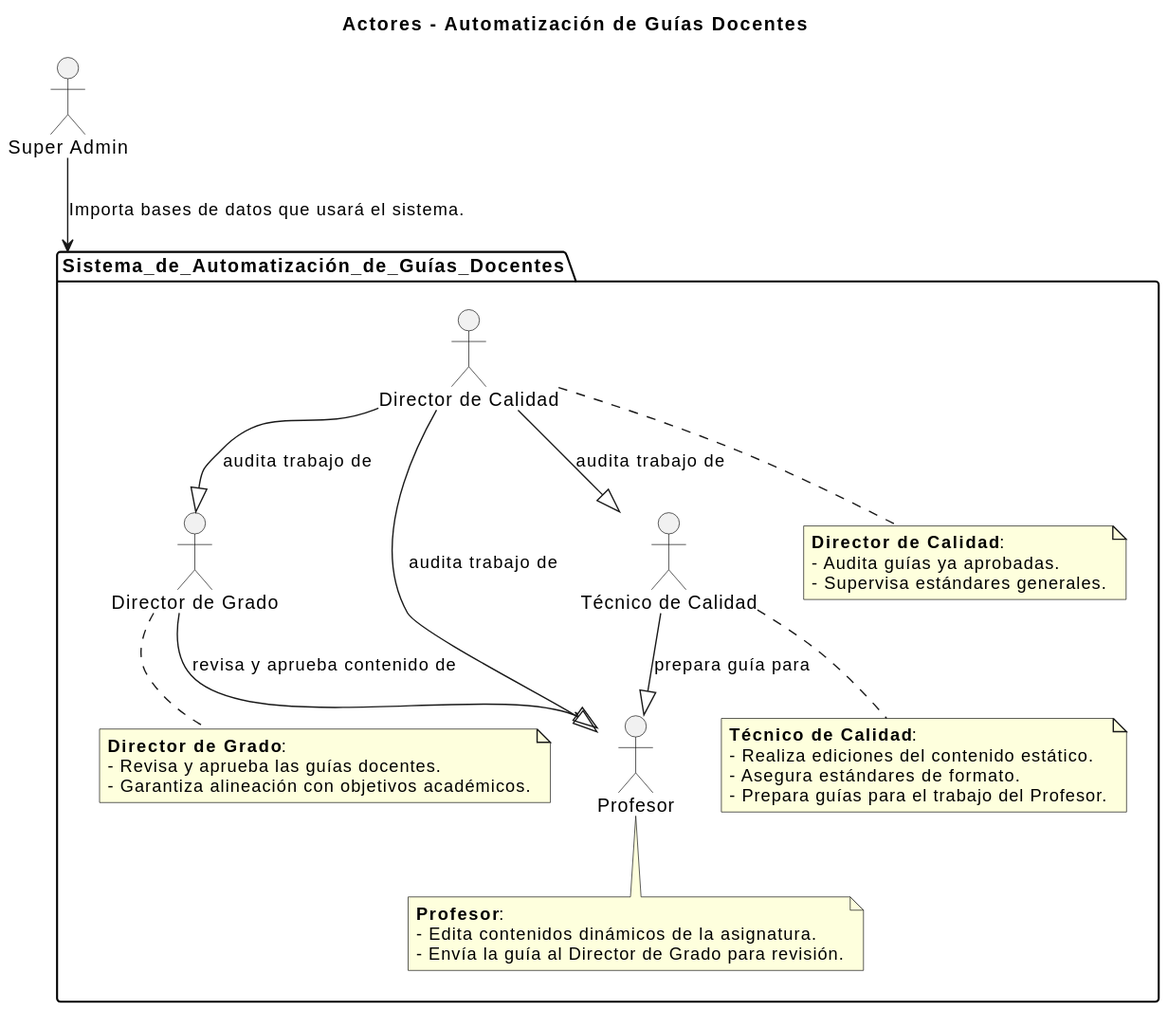
mmasias/24-25-IdSw1-SDR keeps this PlantUML diagram as images/modelosUML/diagramaActores.svg. Above is the earlier version.
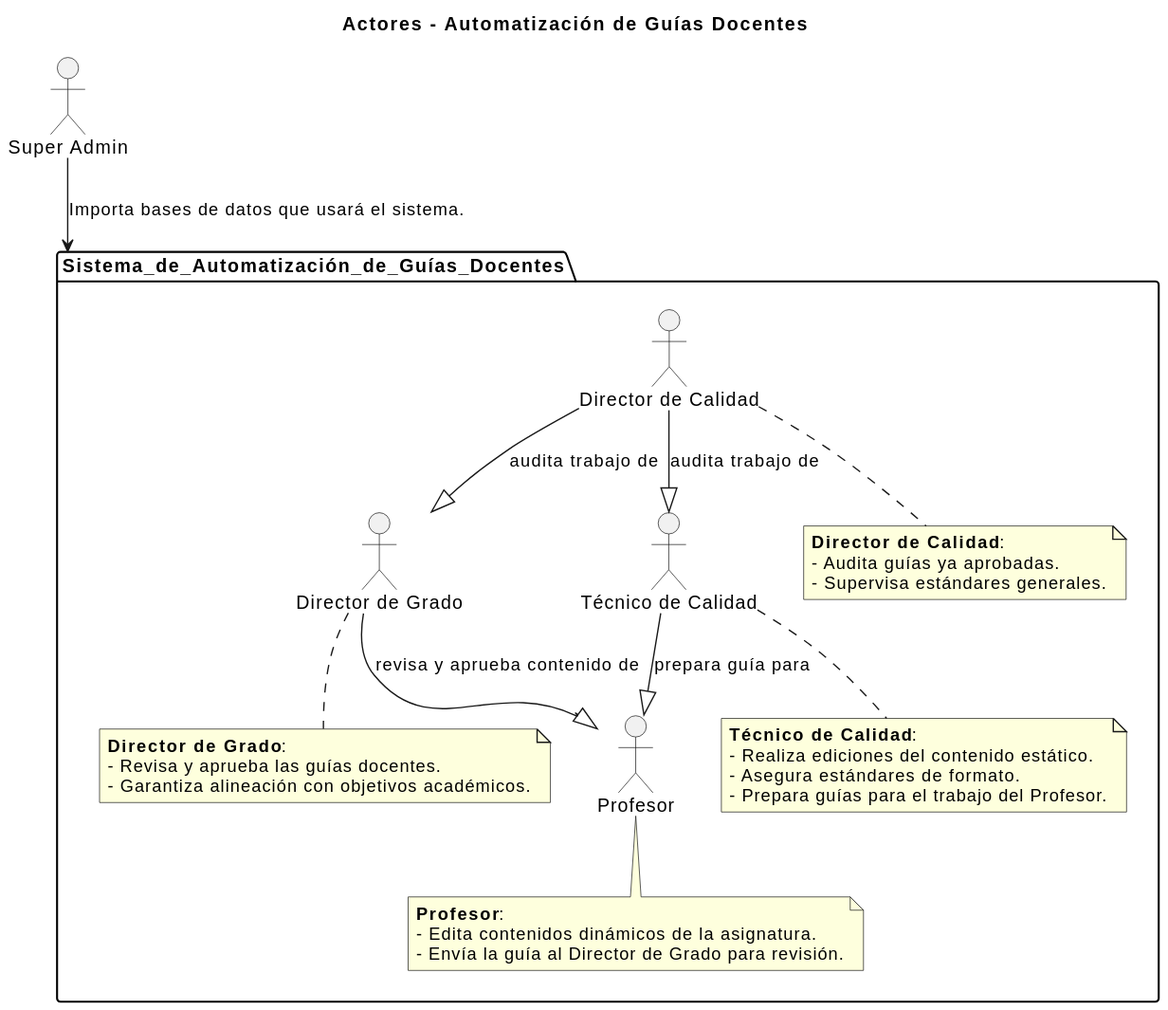
Later version of the same file.

Commit message:
cambio en diagrama de actores

The edit, as a diff of the source:
```diff
@@ -10,7 +10,6 @@
   actor Profesor
 
   DireccionDeCalidad --|> DirectorDeGrado : audita trabajo de
-  DireccionDeCalidad --|> Profesor : audita trabajo de
   DireccionDeCalidad --|> TecnicoDeCalidad : audita trabajo de
 
   DirectorDeGrado --|> Profesor : revisa y aprueba contenido de
```
